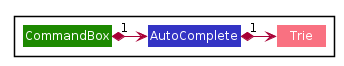
Before: images/CommandAutocompleteClassDiagram.png, a diagram exported from PlantUML (AY1920S2-CS2103T-F11-2/main). Its diagram source:
```plantuml
@startuml








skinparam BackgroundColor #FFFFFFF

skinparam Shadowing false

skinparam Class {
    FontColor #FFFFFF
    BorderThickness 1
    BorderColor #FFFFFF
    StereotypeFontColor #FFFFFF
    FontName Arial
}

skinparam Actor {
    BorderColor #000000
    Color #000000
    FontName Arial
}

skinparam Sequence {
    MessageAlign center
    BoxFontSize 15
    BoxPadding 0
    BoxFontColor #FFFFFF
    FontName Arial
}

skinparam Participant {
    FontColor #FFFFFFF
    Padding 20
}

skinparam MinClassWidth 50
skinparam ParticipantPadding 10
skinparam Shadowing false
skinparam DefaultTextAlignment center
skinparam packageStyle Rectangle

hide footbox
hide members
hide circle

Package {
    Class CommandBox #1D8900
    Class AutoComplete #3333C4
    Class Trie #F97181
}

CommandBox "1" *-right-> AutoComplete
AutoComplete "1" *-right-> Trie

@enduml
```
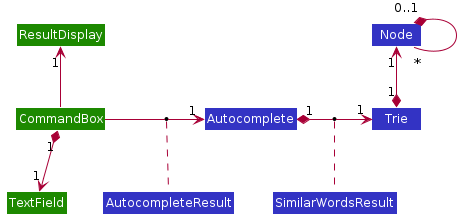
The same diagram one commit later.

Change to the diagram source:
```diff
@@ -48,13 +48,22 @@
 hide members
 hide circle
 
-Package {
-    Class CommandBox #1D8900
-    Class AutoComplete #3333C4
-    Class Trie #F97181
-}
+Class CommandBox #1D8900
+Class TextField #1D8900
+Class ResultDisplay #1D8900
+Class Autocomplete #3333C4
+Class Trie #3333C4
+Class Node #3333C4
+Class SimilarWordsResult #3333C4
+Class AutocompleteResult #3333C4
 
-CommandBox "1" *-right-> AutoComplete
-AutoComplete "1" *-right-> Trie
+CommandBox "1" *-down-> "1" TextField
+CommandBox -up-> "1" ResultDisplay
+CommandBox -right-> "1" Autocomplete
+(CommandBox, Autocomplete) .. AutocompleteResult
+Autocomplete "1" *-right-> "1" Trie
+(Autocomplete, Trie) .. SimilarWordsResult
+Trie "1" *-up-> "1" Node
+Node "0..1" *-- "*" Node
 
 @enduml
```
